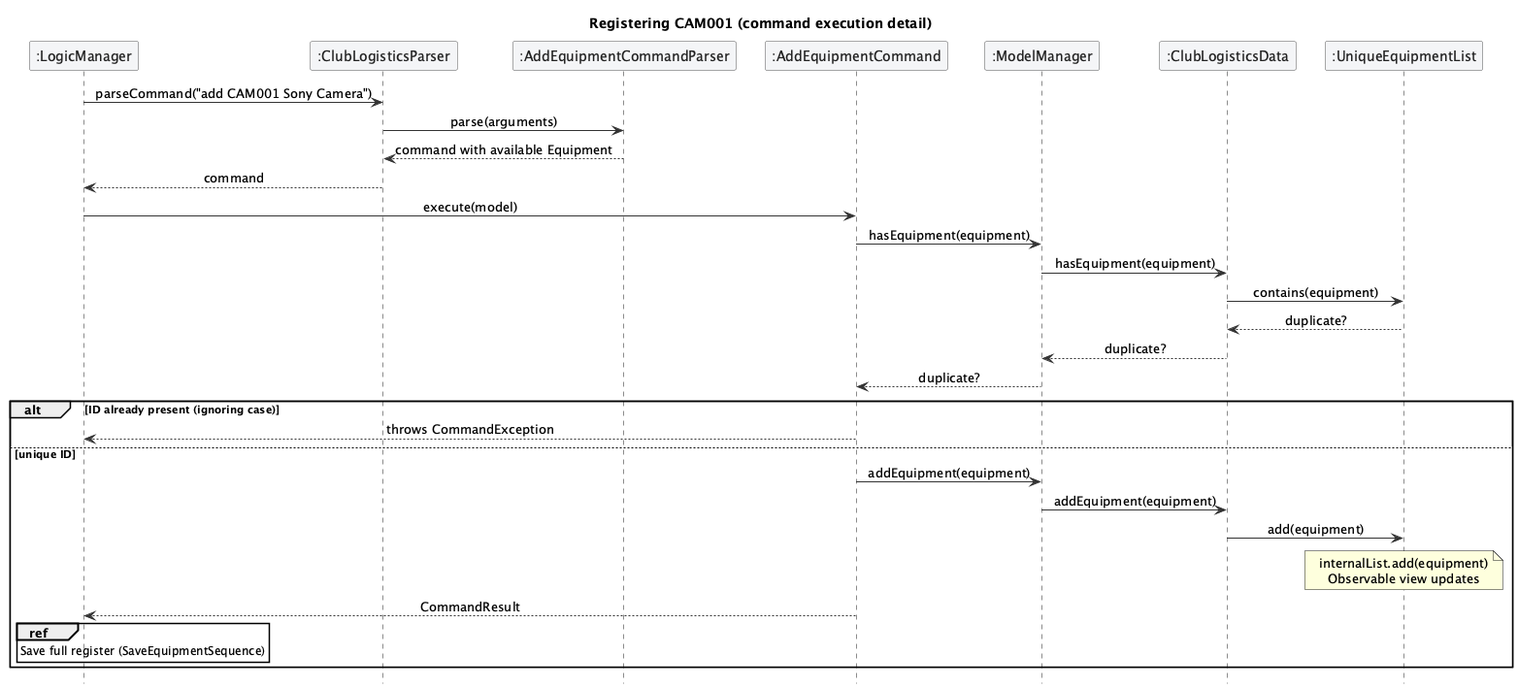
Earlier version of the PlantUML export docs/images/AddEquipmentSequence.png (AY2627S1-CS2103T-F11-2/tp).
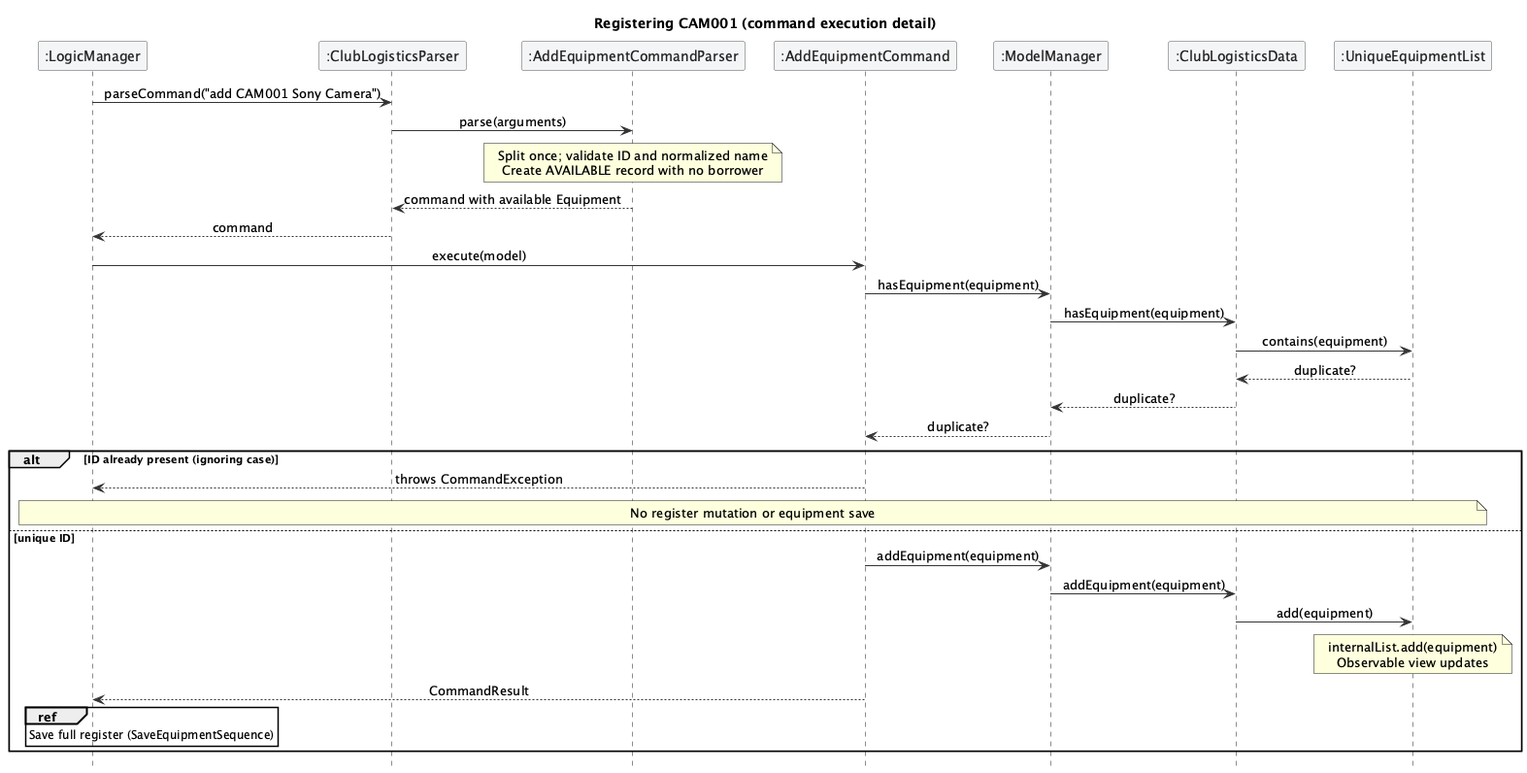
The same file after the commit.

What changed in the source:
```diff
@@ -16,6 +16,7 @@
 participant ":UniqueEquipmentList" as U
 L -> P : parseCommand("add CAM001 Sony Camera")
 P -> AP : parse(arguments)
+note over AP : Split once; validate ID and normalized name\nCreate AVAILABLE record with no borrower
 AP --> P : command with available Equipment
 P --> L : command
 L -> C : execute(model)
@@ -27,6 +28,7 @@
 M --> C : duplicate?
 alt ID already present (ignoring case)
   C --> L : throws CommandException
+  note over L, U : No register mutation or equipment save
 else unique ID
   C -> M : addEquipment(equipment)
   M -> D : addEquipment(equipment)
```
